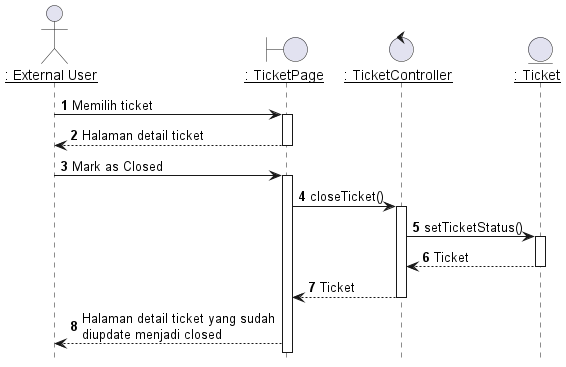
TAS-PKL/Laporan-PKL-Ticketing keeps this PlantUML diagram as out/plantuml/sequence/ex/ex5/Menutup Ticket.png. Above is the earlier version.
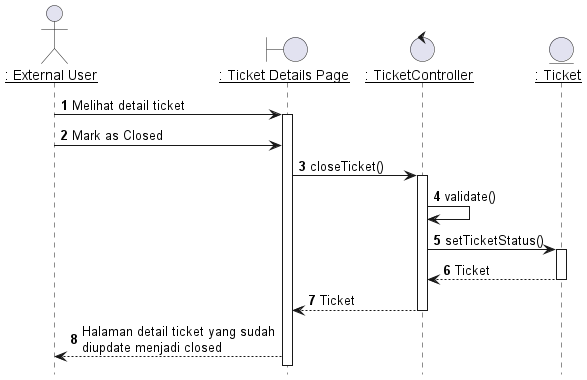
The same file after the commit.

What changed in the source:
```diff
@@ -4,22 +4,21 @@
 
 
 actor EU as "__: External User__"
-boundary TicketPage as "__: TicketPage__"
+boundary TicketPage as "__: Ticket Details Page__"
 control TicketController as "__: TicketController__"
 entity Ticket as "__: Ticket__"
 
 autonumber 1
-EU -> TicketPage: Memilih ticket
+EU -> TicketPage: Melihat detail ticket
 activate TicketPage
 
-TicketPage --> EU: Halaman detail ticket
-deactivate TicketPage
 
 EU -> TicketPage: Mark as Closed
-activate TicketPage
 
 TicketPage -> TicketController: closeTicket()
 activate TicketController
+
+TicketController -> TicketController: validate()
 
 TicketController -> Ticket: setTicketStatus()
 activate Ticket
```
